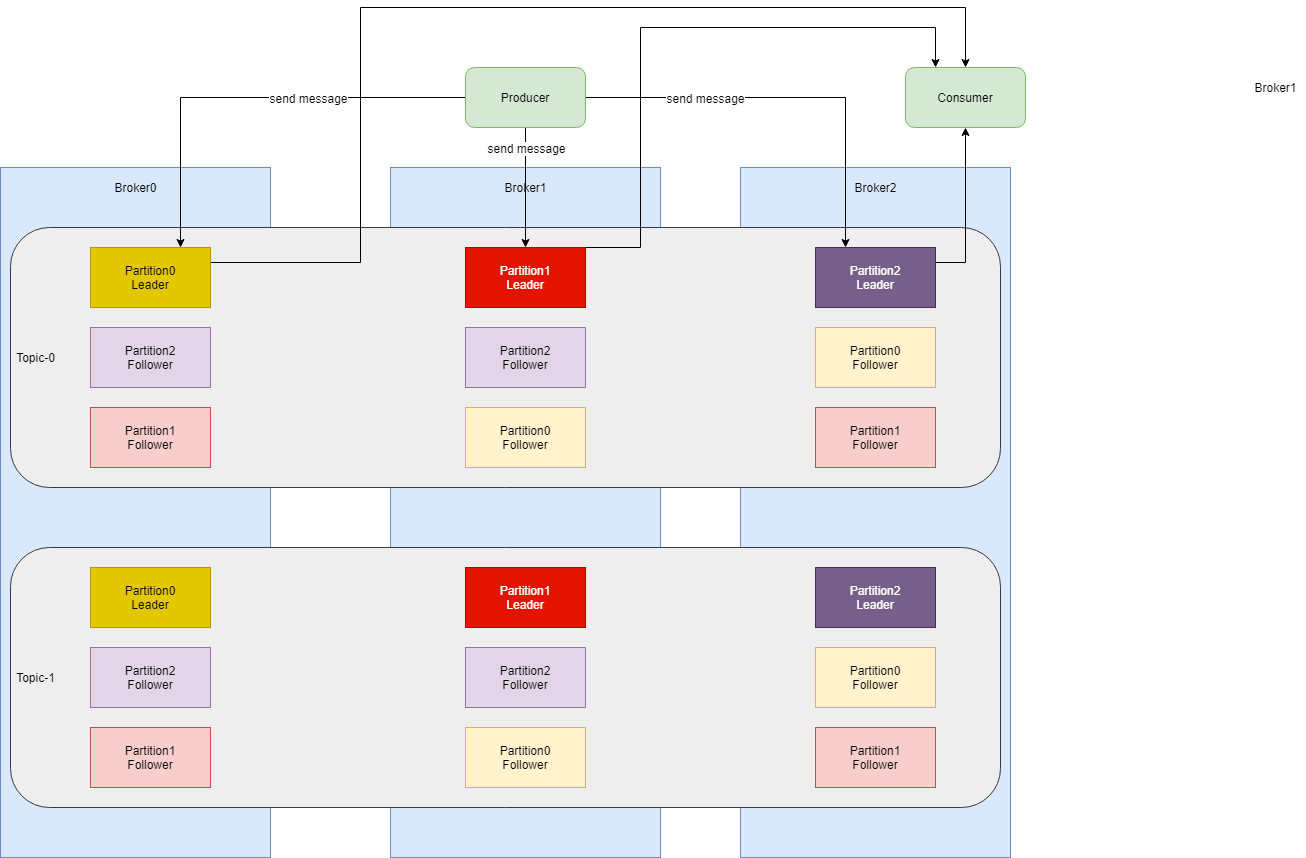
This is img/kafka-system.png from antonyw/coding-thinking, a draw.io export, as it was before one commit. Source tidied: cells renumbered, new cells last; positions are measured from the earlier drawing's top-left corner, leaving out a move shared by most shapes.
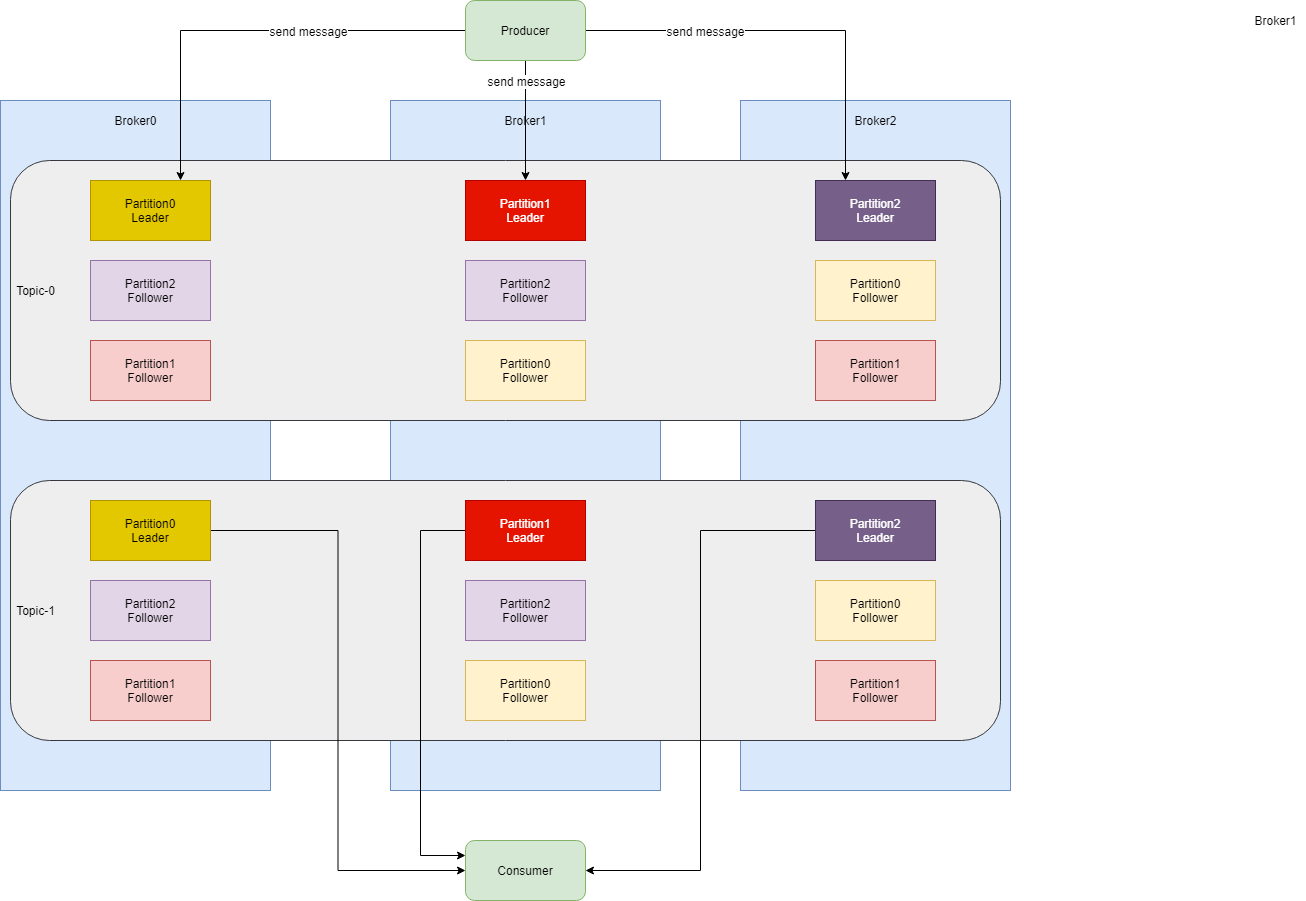
After the commit.

What changed in the source:
```diff
@@ -29,38 +29,15 @@
     <mxCell id="10" value="Topic-0" style="text;html=1;align=center;verticalAlign=middle;fillColor=none;strokeColor=none;rounded=0;" parent="1" vertex="1">
       <mxGeometry x="10" y="340" width="50" height="20" as="geometry" />
     </mxCell>
-    <mxCell id="11" style="edgeStyle=orthogonalEdgeStyle;rounded=0;jettySize=auto;html=1;exitX=1;exitY=0.25;exitDx=0;exitDy=0;entryX=0.5;entryY=0;entryDx=0;entryDy=0;" parent="1" edge="1" source="12" target="41">
-      <mxGeometry relative="1" as="geometry">
-        <Array as="points">
-          <mxPoint x="360" y="255" />
-          <mxPoint x="360" />
-          <mxPoint x="965" />
-        </Array>
-      </mxGeometry>
-    </mxCell>
     <mxCell id="12" value="Partition0&lt;br&gt;Leader" style="rounded=0;whiteSpace=wrap;html=1;fillColor=#e3c800;strokeColor=#B09500;fontColor=#000000;" parent="1" vertex="1">
       <mxGeometry x="90" y="240" width="120" height="60" as="geometry" />
     </mxCell>
     <mxCell id="13" value="Partition2&lt;br&gt;Follower" style="rounded=0;whiteSpace=wrap;html=1;fillColor=#e1d5e7;strokeColor=#9673a6;" parent="1" vertex="1">
       <mxGeometry x="90" y="320" width="120" height="60" as="geometry" />
     </mxCell>
-    <mxCell id="14" style="edgeStyle=orthogonalEdgeStyle;rounded=0;jettySize=auto;html=1;entryX=0.25;entryY=0;entryDx=0;entryDy=0;exitX=1;exitY=0;exitDx=0;exitDy=0;" parent="1" edge="1" source="15" target="41">
-      <mxGeometry relative="1" as="geometry">
-        <Array as="points">
-          <mxPoint x="640" y="240" />
-          <mxPoint x="640" y="20" />
-          <mxPoint x="935" y="20" />
-        </Array>
-      </mxGeometry>
-    </mxCell>
     <mxCell id="15" value="Partition1&lt;br&gt;Leader" style="rounded=0;whiteSpace=wrap;html=1;fillColor=#e51400;strokeColor=#B20000;fontColor=#ffffff;" parent="1" vertex="1">
       <mxGeometry x="465" y="240" width="120" height="60" as="geometry" />
     </mxCell>
-    <mxCell id="16" style="edgeStyle=orthogonalEdgeStyle;rounded=0;jettySize=auto;html=1;exitX=1;exitY=0.25;exitDx=0;exitDy=0;" parent="1" edge="1" source="17">
-      <mxGeometry relative="1" as="geometry">
-        <mxPoint x="965" y="120" as="targetPoint" />
-      </mxGeometry>
-    </mxCell>
     <mxCell id="17" value="Partition2&lt;br&gt;Leader" style="rounded=0;whiteSpace=wrap;html=1;fillColor=#76608a;strokeColor=#432D57;fontColor=#ffffff;" parent="1" vertex="1">
       <mxGeometry x="815" y="240" width="120" height="60" as="geometry" />
     </mxCell>
@@ -85,15 +62,29 @@
     <mxCell id="24" value="Topic-1" style="text;html=1;align=center;verticalAlign=middle;fillColor=none;strokeColor=none;rounded=0;" parent="1" vertex="1">
       <mxGeometry x="10" y="660" width="50" height="20" as="geometry" />
     </mxCell>
+    <mxCell id="42" style="edgeStyle=orthogonalEdgeStyle;rounded=0;jettySize=auto;html=1;exitX=1;exitY=0.5;exitDx=0;exitDy=0;entryX=0;entryY=0.5;entryDx=0;entryDy=0;" parent="1" edge="1" source="25" target="41">
+      <mxGeometry relative="1" as="geometry" />
+    </mxCell>
     <mxCell id="25" value="Partition0&lt;br&gt;Leader" style="rounded=0;whiteSpace=wrap;html=1;fillColor=#e3c800;strokeColor=#B09500;fontColor=#000000;" parent="1" vertex="1">
       <mxGeometry x="90" y="560" width="120" height="60" as="geometry" />
     </mxCell>
     <mxCell id="26" value="Partition2&lt;br&gt;Follower" style="rounded=0;whiteSpace=wrap;html=1;fillColor=#e1d5e7;strokeColor=#9673a6;" parent="1" vertex="1">
       <mxGeometry x="90" y="640" width="120" height="60" as="geometry" />
     </mxCell>
+    <mxCell id="43" style="edgeStyle=orthogonalEdgeStyle;rounded=0;jettySize=auto;html=1;exitX=0;exitY=0.5;exitDx=0;exitDy=0;entryX=0;entryY=0.25;entryDx=0;entryDy=0;" parent="1" edge="1" source="27" target="41">
+      <mxGeometry relative="1" as="geometry">
+        <Array as="points">
+          <mxPoint x="420" y="590" />
+          <mxPoint x="420" y="915" />
+        </Array>
+      </mxGeometry>
+    </mxCell>
     <mxCell id="27" value="Partition1&lt;br&gt;Leader" style="rounded=0;whiteSpace=wrap;html=1;fillColor=#e51400;strokeColor=#B20000;fontColor=#ffffff;" parent="1" vertex="1">
       <mxGeometry x="465" y="560" width="120" height="60" as="geometry" />
     </mxCell>
+    <mxCell id="44" style="edgeStyle=orthogonalEdgeStyle;rounded=0;jettySize=auto;html=1;exitX=0;exitY=0.5;exitDx=0;exitDy=0;entryX=1;entryY=0.5;entryDx=0;entryDy=0;" parent="1" edge="1" source="28" target="41">
+      <mxGeometry relative="1" as="geometry" />
+    </mxCell>
     <mxCell id="28" value="Partition2&lt;br&gt;Leader" style="rounded=0;whiteSpace=wrap;html=1;fillColor=#76608a;strokeColor=#432D57;fontColor=#ffffff;" parent="1" vertex="1">
       <mxGeometry x="815" y="560" width="120" height="60" as="geometry" />
     </mxCell>
@@ -140,7 +131,7 @@
       <mxGeometry x="525" y="140" as="geometry" />
     </mxCell>
     <mxCell id="41" value="Consumer" style="rounded=1;whiteSpace=wrap;html=1;fillColor=#d5e8d4;strokeColor=#82b366;" parent="1" vertex="1">
-      <mxGeometry x="905" y="60" width="120" height="60" as="geometry" />
+      <mxGeometry x="465" y="900" width="120" height="60" as="geometry" />
     </mxCell>
   </root>
 </mxGraphModel>
```
